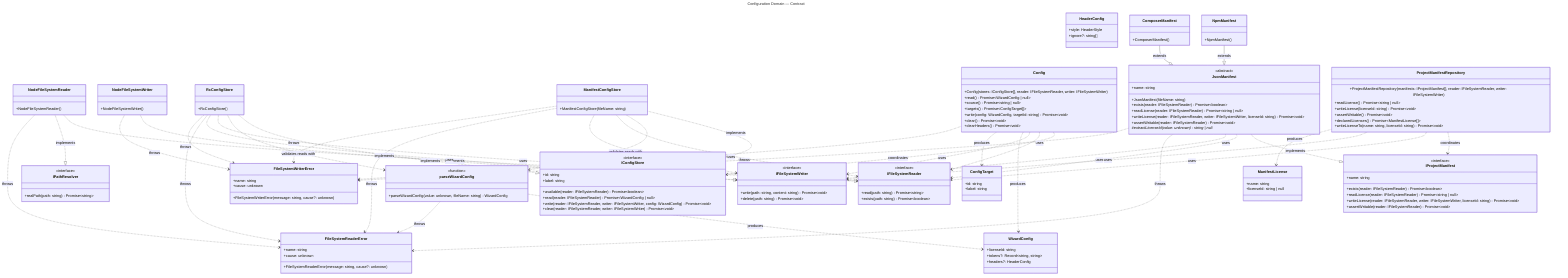
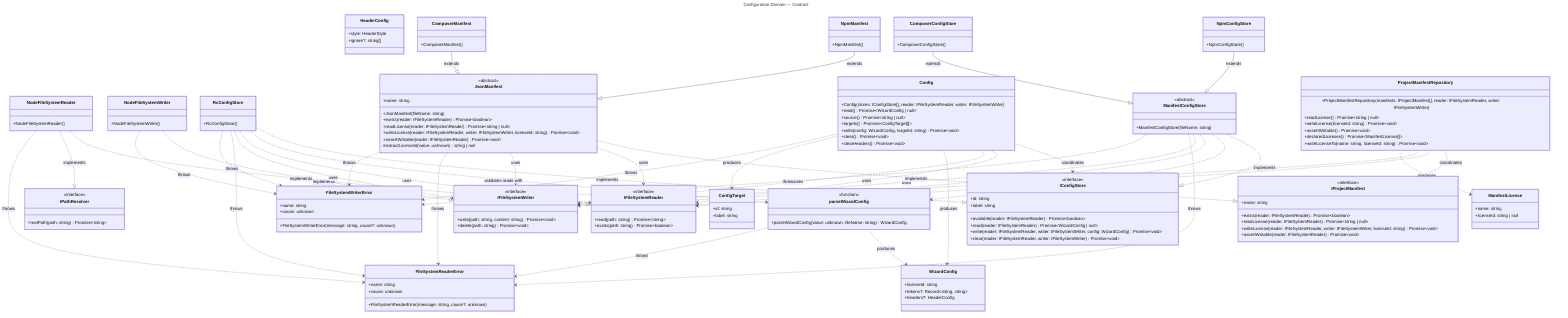
---
title: Configuration Domain — Contract
---
classDiagram
  direction TB

  %% Domain: Configuration (src/configuration)
  %% Focused per-domain view extracted from ../class-diagram.mmd.
  %% Shows ONLY Configuration-domain classes and their intra-domain relationships.
  %% Cross-domain relationships (consumed by the bootstrap, Licensing, Headers and
  %% Verify; HeaderConfig references HeaderStyle from Headers) are intentionally
  %% omitted — see ../class-diagram.mmd for the full picture.
  %%
  %% HeaderConfig belongs to this domain but its only relationship (to HeaderStyle)
  %% crosses into Headers, so it appears here without intra-domain edges.

  class IFileSystemReader {
    <<interface>>
    +read(path: string) Promise~string~
    +exists(path: string) Promise~boolean~
  }

  class IPathResolver {
    <<interface>>
    +realPath(path: string) Promise~string~
  }

  class IFileSystemWriter {
    <<interface>>
    +write(path: string, content: string) Promise~void~
    +delete(path: string) Promise~void~
  }

  class NodeFileSystemReader {
    +NodeFileSystemReader()
  }

  class NodeFileSystemWriter {
    +NodeFileSystemWriter()
  }

  class FileSystemReaderError {
    +name: string
    +cause: unknown
    +FileSystemReaderError(message: string, cause?: unknown)
  }

  class FileSystemWriterError {
    +name: string
    +cause: unknown
    +FileSystemWriterError(message: string, cause?: unknown)
  }

  class WizardConfig {
    +licenseId: string
    +tokens?: Record~string, string~
    +headers?: HeaderConfig
  }

  class HeaderConfig {
    +style: HeaderStyle
    +ignore?: string[]
  }

  %% Module-level validator co-located with WizardConfig; the config stores run
  %% every parsed config through it on read so a malformed file is rejected
  %% (named) up front instead of casting unchecked.
  class parseWizardConfig {
    <<function>>
    +parseWizardConfig(value: unknown, fileName: string) WizardConfig
  }

  class ConfigTarget {
    +id: string
    +label: string
  }

  class IConfigStore {
    <<interface>>
    +id: string
    +label: string
    +available(reader: IFileSystemReader) Promise~boolean~
    +read(reader: IFileSystemReader) Promise~WizardConfig | null~
    +write(reader: IFileSystemReader, writer: IFileSystemWriter, config: WizardConfig) Promise~void~
    +clear(reader: IFileSystemReader, writer: IFileSystemWriter) Promise~void~
  }

  class RcConfigStore {
    +RcConfigStore()
  }

  class ManifestConfigStore {
+     <<abstract>>
    +ManifestConfigStore(fileName: string)
+   }
+ 
+   class NpmConfigStore {
+     +NpmConfigStore()
+   }
+ 
+   class ComposerConfigStore {
+     +ComposerConfigStore()
  }

  class Config {
    +Config(stores: IConfigStore[], reader: IFileSystemReader, writer: IFileSystemWriter)
    +read() Promise~WizardConfig | null~
    +source() Promise~string | null~
    +targets() Promise~ConfigTarget[]~
    +write(config: WizardConfig, targetId: string) Promise~void~
    +clear() Promise~void~
    +clearHeaders() Promise~void~
  }

  class IProjectManifest {
    <<interface>>
    +name: string
    +exists(reader: IFileSystemReader) Promise~boolean~
    +readLicense(reader: IFileSystemReader) Promise~string | null~
    +writeLicense(reader: IFileSystemReader, writer: IFileSystemWriter, licenseId: string) Promise~void~
    +assertWritable(reader: IFileSystemReader) Promise~void~
  }

  class JsonManifest {
    <<abstract>>
    +JsonManifest(fileName: string)
    +name: string
    +exists(reader: IFileSystemReader) Promise~boolean~
    +readLicense(reader: IFileSystemReader) Promise~string | null~
    +writeLicense(reader: IFileSystemReader, writer: IFileSystemWriter, licenseId: string) Promise~void~
    +assertWritable(reader: IFileSystemReader) Promise~void~
    #extractLicenseId(value: unknown)* string | null
  }

  class NpmManifest {
    +NpmManifest()
  }

  class ComposerManifest {
    +ComposerManifest()
  }

  class ProjectManifestRepository {
    +ProjectManifestRepository(manifests: IProjectManifest[], reader: IFileSystemReader, writer: IFileSystemWriter)
    +readLicense() Promise~string | null~
    +writeLicense(licenseId: string) Promise~void~
    +assertWritable() Promise~void~
    +declaredLicenses() Promise~ManifestLicense[]~
    +writeLicenseTo(name: string, licenseId: string) Promise~void~
  }

  class ManifestLicense {
    +name: string
    +licenseId: string | null
  }

  NodeFileSystemReader ..|> IFileSystemReader : implements
  NodeFileSystemReader ..|> IPathResolver : implements
  NodeFileSystemWriter ..|> IFileSystemWriter : implements
  NodeFileSystemReader ..> FileSystemReaderError : throws
  NodeFileSystemWriter ..> FileSystemWriterError : throws
  Config ..> IConfigStore : coordinates
  Config ..> IFileSystemReader : uses
  Config ..> IFileSystemWriter : uses
  Config ..> WizardConfig : produces
  Config ..> ConfigTarget : produces
  Config ..> FileSystemWriterError : throws
  RcConfigStore ..|> IConfigStore : implements
  ManifestConfigStore ..|> IConfigStore : implements
+   NpmConfigStore --|> ManifestConfigStore : extends
+   ComposerConfigStore --|> ManifestConfigStore : extends
  RcConfigStore ..> parseWizardConfig : validates reads with
  ManifestConfigStore ..> parseWizardConfig : validates reads with
  parseWizardConfig ..> WizardConfig : produces
  parseWizardConfig ..> FileSystemReaderError : throws
  RcConfigStore ..> IFileSystemReader : uses
  RcConfigStore ..> IFileSystemWriter : uses
  RcConfigStore ..> FileSystemReaderError : throws
  RcConfigStore ..> FileSystemWriterError : throws
  ManifestConfigStore ..> IFileSystemReader : uses
  ManifestConfigStore ..> IFileSystemWriter : uses
  ManifestConfigStore ..> FileSystemReaderError : throws
  ManifestConfigStore ..> FileSystemWriterError : throws
  JsonManifest ..|> IProjectManifest : implements
  NpmManifest --|> JsonManifest : extends
  ComposerManifest --|> JsonManifest : extends
  JsonManifest ..> IFileSystemReader : uses
  JsonManifest ..> IFileSystemWriter : uses
  JsonManifest ..> FileSystemReaderError : throws
  JsonManifest ..> FileSystemWriterError : throws
  ProjectManifestRepository ..> IProjectManifest : coordinates
  ProjectManifestRepository ..> IFileSystemReader : uses
  ProjectManifestRepository ..> IFileSystemWriter : uses
  ProjectManifestRepository ..> ManifestLicense : produces
